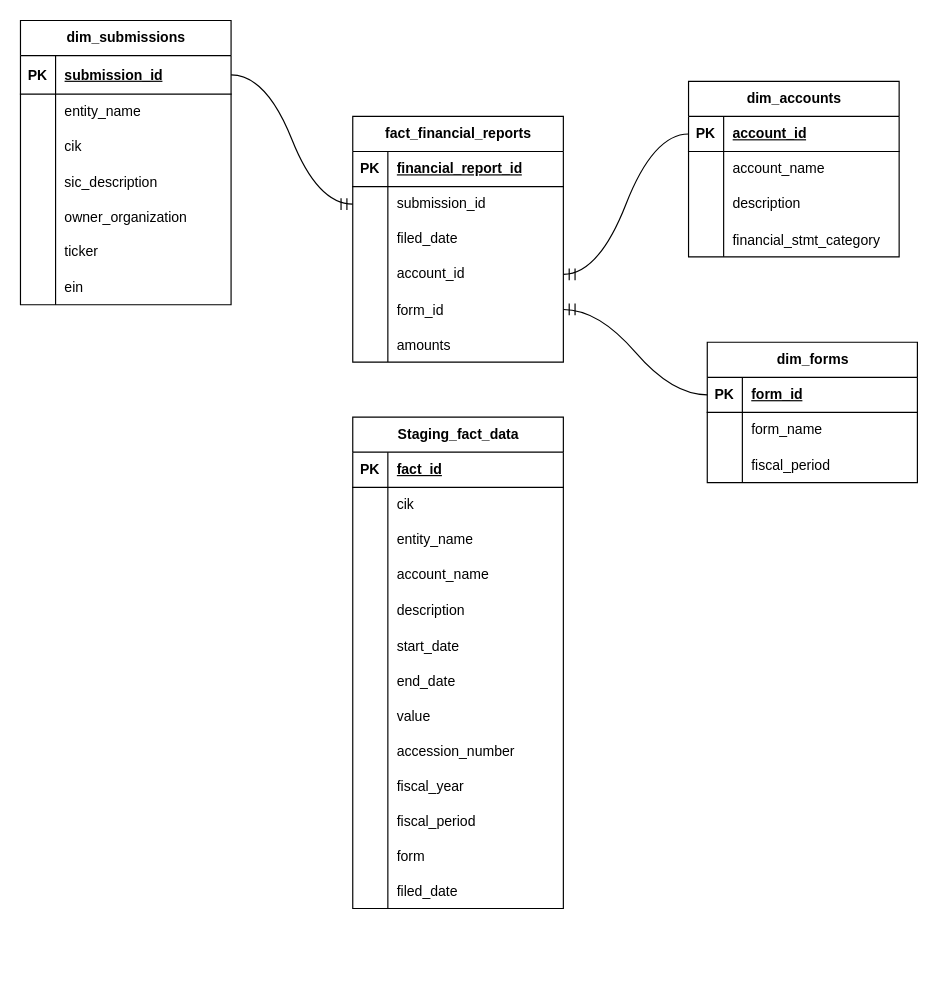
Earlier version of the draw.io diagram Schema.drawio (Aaronmx1/sec_financials_project). Source tidied: cells renumbered, new cells numbered last; positions are measured from the earlier drawing's top-left corner, leaving out a move shared by most shapes. Both pictures are drawn from the tidied source at 117%, with x=0, y=0 at pixel (20, 20).
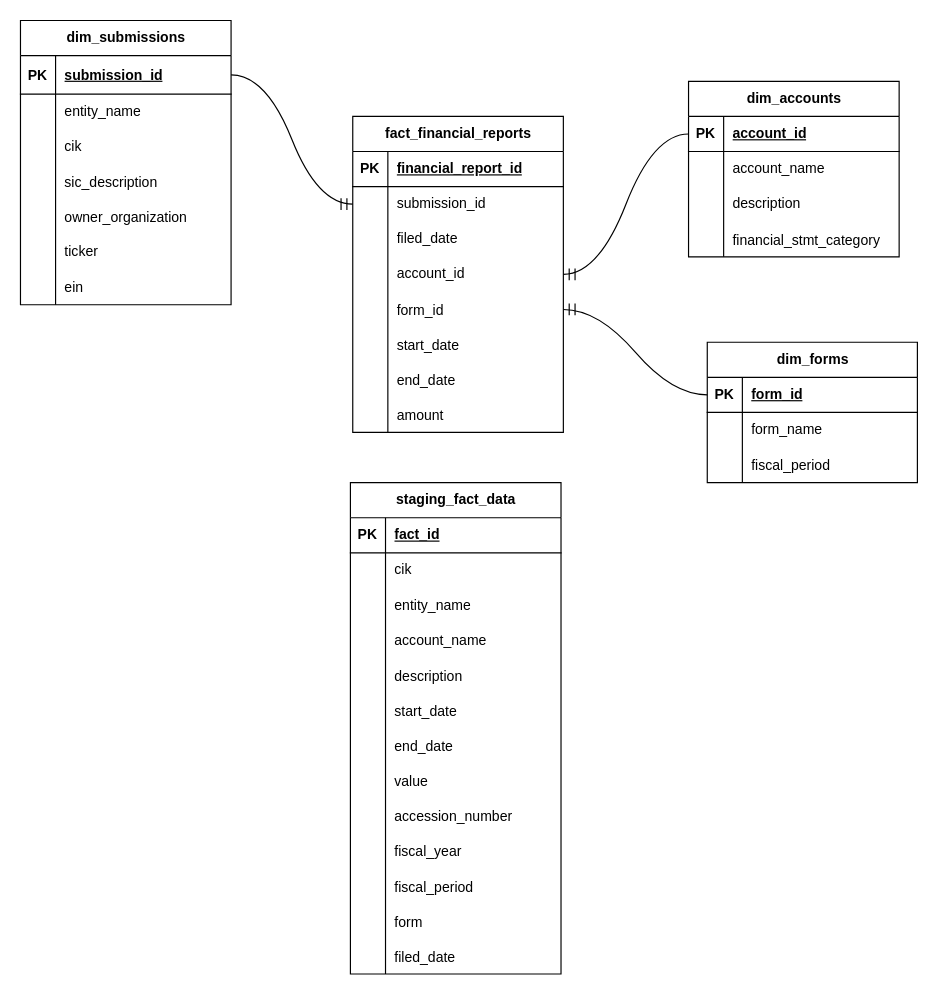
The same diagram, later.

The edit, as a diff of the source:
```diff
@@
     <mxCell id="2" value="fact_financial_reports" style="shape=table;startSize=30;childLayout=tableLayout;rowLines=0;fontStyle=1;align=center;html=1;" parent="1" vertex="1">
-      <mxGeometry x="284" y="82" width="180" height="210" as="geometry" />
+      <mxGeometry x="284" y="82" width="180" height="270" as="geometry" />
     </mxCell>
@@
+    <mxCell id="109" style="shape=tableRow;horizontal=0;startSize=0;swimlaneHead=0;swimlaneBody=0;fillColor=none;top=0;left=0;right=0;bottom=0;" parent="2" vertex="1">
+      <mxGeometry y="180" width="180" height="30" as="geometry" />
+    </mxCell>
+    <mxCell id="110" style="shape=partialRectangle;fillColor=none;top=0;left=0;bottom=0;right=0;overflow=hidden;" parent="109" vertex="1">
+      <mxGeometry width="30" height="30" as="geometry" />
+    </mxCell>
+    <mxCell id="111" value="start_date" style="shape=partialRectangle;fillColor=none;top=0;left=0;bottom=0;right=0;align=left;spacingLeft=6;overflow=hidden;" parent="109" vertex="1">
+      <mxGeometry x="30" width="150" height="30" as="geometry" />
+    </mxCell>
+    <mxCell id="112" style="shape=tableRow;horizontal=0;startSize=0;swimlaneHead=0;swimlaneBody=0;fillColor=none;top=0;left=0;right=0;bottom=0;" parent="2" vertex="1">
+      <mxGeometry y="210" width="180" height="30" as="geometry" />
+    </mxCell>
+    <mxCell id="113" style="shape=partialRectangle;fillColor=none;top=0;left=0;bottom=0;right=0;overflow=hidden;" parent="112" vertex="1">
+      <mxGeometry width="30" height="30" as="geometry" />
+    </mxCell>
+    <mxCell id="114" value="end_date" style="shape=partialRectangle;fillColor=none;top=0;left=0;bottom=0;right=0;align=left;spacingLeft=6;overflow=hidden;" parent="112" vertex="1">
+      <mxGeometry x="30" width="150" height="30" as="geometry" />
+    </mxCell>
     <mxCell id="18" style="shape=tableRow;horizontal=0;startSize=0;swimlaneHead=0;swimlaneBody=0;fillColor=none;top=0;left=0;right=0;bottom=0;" parent="2" vertex="1">
-      <mxGeometry y="180" width="180" height="30" as="geometry" />
+      <mxGeometry y="240" width="180" height="30" as="geometry" />
     </mxCell>
@@
-    <mxCell id="20" value="amounts" style="shape=partialRectangle;fillColor=none;top=0;left=0;bottom=0;right=0;align=left;spacingLeft=6;overflow=hidden;" parent="18" vertex="1">
+    <mxCell id="20" value="amount" style="shape=partialRectangle;fillColor=none;top=0;left=0;bottom=0;right=0;align=left;spacingLeft=6;overflow=hidden;" parent="18" vertex="1">
       <mxGeometry x="30" width="150" height="30" as="geometry" />
     </mxCell>
@@
-    <mxCell id="58" value="Staging_fact_data" style="shape=table;startSize=30;childLayout=tableLayout;rowLines=0;fontStyle=1;align=center;html=1;" parent="1" vertex="1">
-      <mxGeometry x="284" y="339" width="180" height="420" as="geometry" />
+    <mxCell id="58" value="staging_fact_data" style="shape=table;startSize=30;childLayout=tableLayout;rowLines=0;fontStyle=1;align=center;html=1;" parent="1" vertex="1">
+      <mxGeometry x="282" y="395" width="180" height="420" as="geometry" />
     </mxCell>
```
